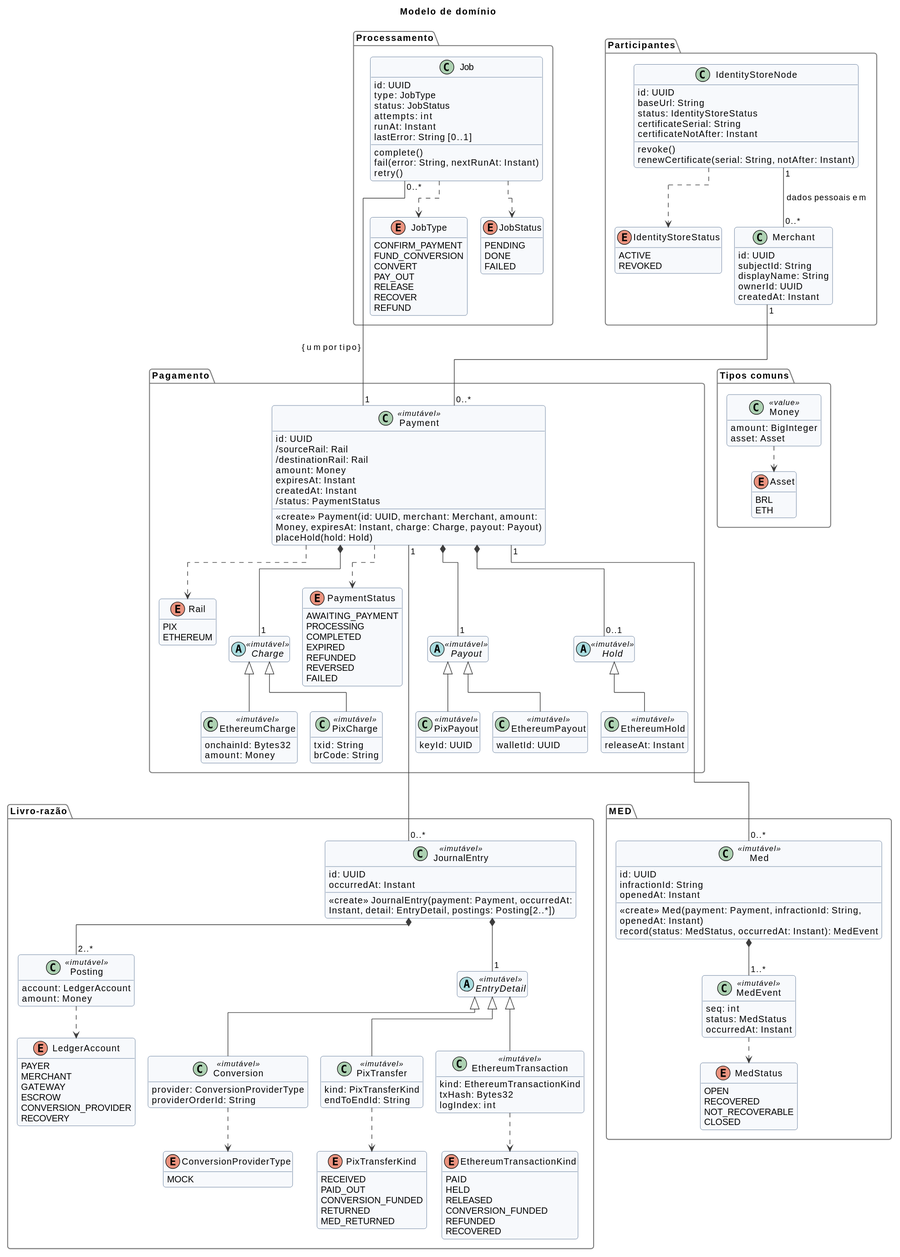
BrunoViotto18/Pixeth keeps this PlantUML diagram as docs/diagrams/svg/dominio/classes-dominio.svg. Above is the earlier version.
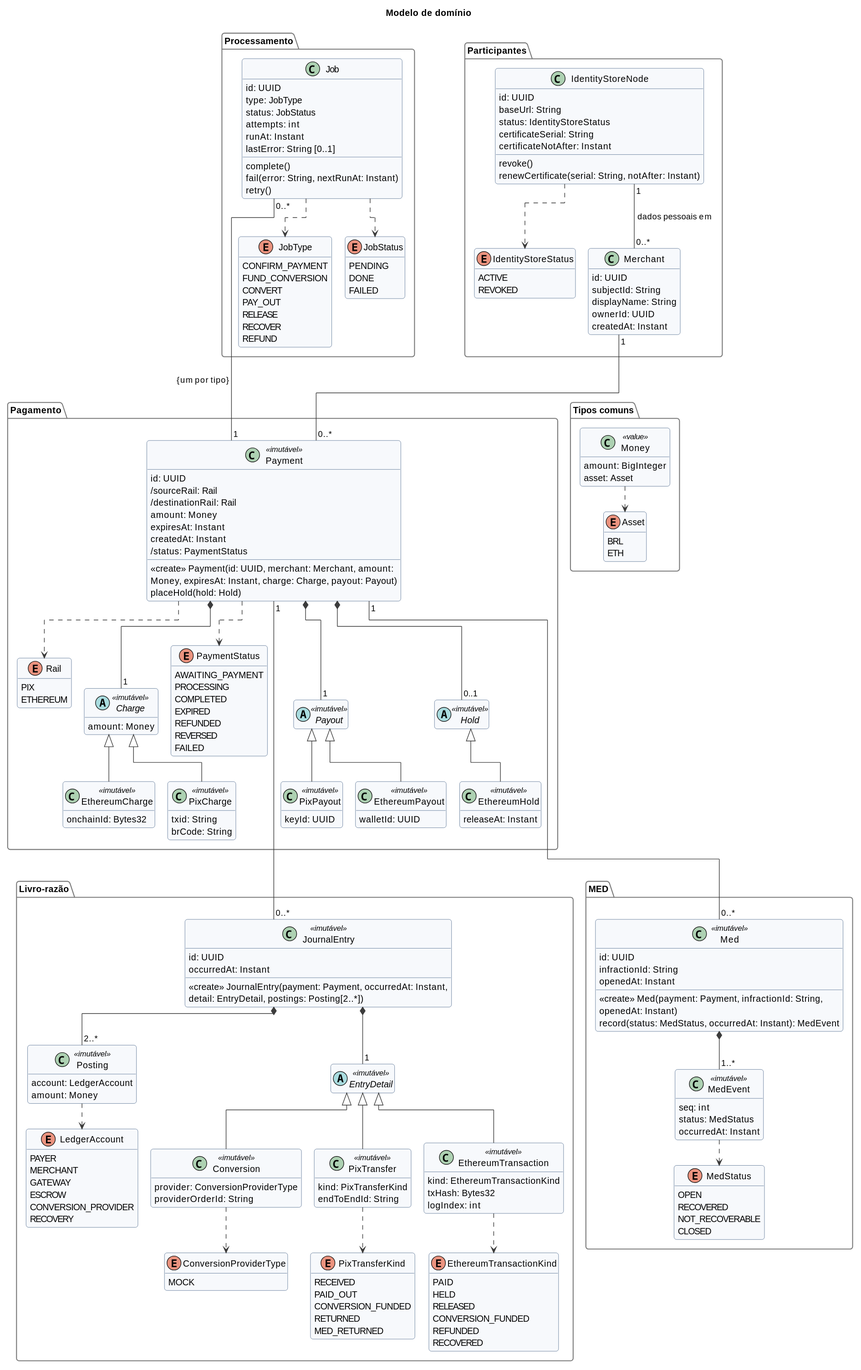
Above is the later version.

Change to the diagram source:
```diff
@@ -91,14 +91,15 @@
     ETHEREUM
   }
 
-  abstract class Charge <<imutável>>
+  abstract class Charge <<imutável>> {
+    amount: Money
+  }
   class PixCharge <<imutável>> {
     txid: String
     brCode: String
   }
   class EthereumCharge <<imutável>> {
     onchainId: Bytes32
-    amount: Money
   }
 
   abstract class Payout <<imutável>>
```
